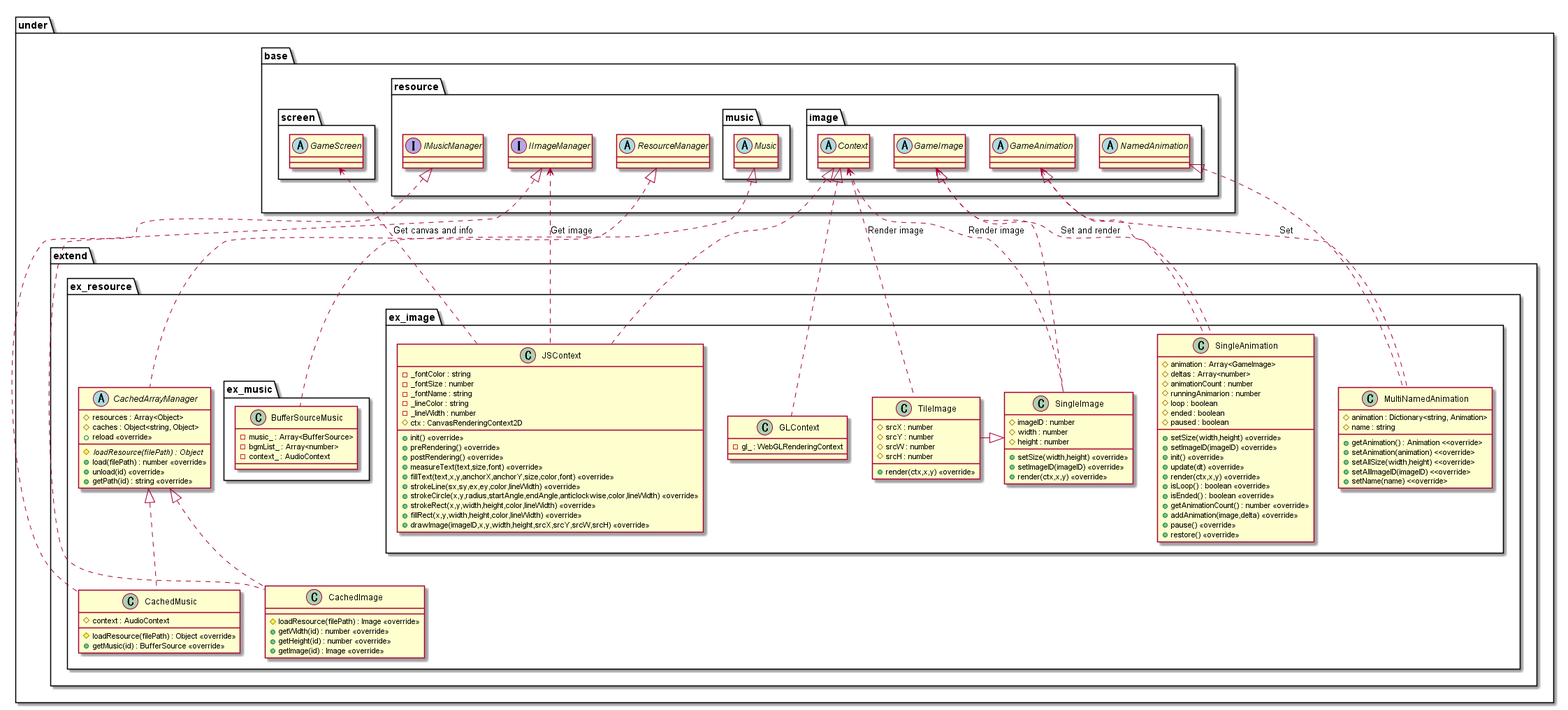
Above: out/uml/gamebase/ExtendResource/GameBaseExtendResource.png in Expine/Under (PlantUML), before the change. Source of this version:
```plantuml
@startuml GameBaseExtendResource

package under {
    package extend {
        package ex_resource {
            abstract CachedArrayManager {
                #resources : Array<Object>
                #caches : Object<string, Object>
                {abstract} #loadResource(filePath) : Object
                +load(filePath) : number <<override>>
                +unload(id) <<override>>
                +reload <<override>>
                +getPath(id) : string <<override>>
            }
            class CachedImage {
                #loadResource(filePath) : Image <<override>>
                +getWidth(id) : number <<override>>
                +getHeight(id) : number <<override>>
                +getImage(id) : Image <<override>>
            }
            class CachedMusic {
                #context : AudioContext
                #loadResource(filePath) : Object <<override>>
                +getMusic(id) : BufferSource <<override>>
            }
            package ex_music {
                class BufferSourceMusic {
                    -music_ : Array<BufferSource>
                    -bgmList_ : Array<number>
                    -context_ : AudioContext
                }
            }

            package ex_image {
                class JSContext {
                    -_fontColor : string
                    -_fontSize : number
                    -_fontName : string
                    -_lineColor : string
                    -_lineWidth : number
                    #ctx : CanvasRenderingContext2D
                    +init() <<override>>
                    +preRendering() <<override>>
                    +postRendering() <<override>>
                    +measureText(text,size,font) <<override>>
                    +fillText(text,x,y,anchorX,anchorY,size,color,font) <<override>>
                    +strokeLine(sx,sy,ex,ey,color,lineWidth) <<override>>
                    +strokeCircle(x,y,radius,startAngle,endAngle,anticlockwise,color,lineWidth) <<override>>
                    +strokeRect(x,y,width,height,color,lineWidth) <<override>>
                    +fillRect(x,y,width,height,color,lineWidth) <<override>>
                    +drawImage(imageID,x,y,width,height,srcX,srcY,srcW,srcH) <<override>>
                }
                class GLContext {
                    -gl_ : WebGLRenderingContext
                }
                class SingleImage {
                    #imageID : number
                    #width : number
                    #height : number
                    +setSize(width,height) <<override>>
                    +setImageID(imageID) <<override>>
                    +render(ctx,x,y) <<override>>
                }
                class TileImage {
                    #srcX : number
                    #srcY : number
                    #srcW : number
                    #srcH : number
                    +render(ctx,x,y) <<override>>
                }
                class SingleAnimation {
                    #animation : Array<GameImage>
                    #deltas : Array<number>
                    #animationCount : number
                    #runningAnimarion : number
                    #loop : boolean
                    #ended : boolean
                    #paused : boolean
                    +setSize(width,height) <<override>>
                    +setImageID(imageID) <<override>>
                    +init() <<override>>
                    +update(dt) <<override>>
                    +render(ctx,x,y) <<override>>
                    +isLoop() : boolean <<override>>
                    +isEnded() : boolean <<override>>
                    +getAnimationCount() : number <<override>>
                    +addAnimation(image,delta) <<override>>
                    +pause() <<override>>
                    +restore() <<override>>
                }
                class MultiNamedAnimation {
                    #animation : Dictionary<string, Animation>
                    #name : string
                    +getAnimation() : Animation <<override>
                    +setAnimation(animation) <<override>
                    +setAllSize(width,height) <<override>
                    +setAllImageID(imageID) <<override>
                    +setName(name) <<override>
                }
            }

        }
    }
}

package under {
    package base {
        package screen {
            abstract GameScreen
        }
        package resource {
            abstract ResourceManager
            interface IImageManager
            interface IMusicManager
            package music {
                abstract Music
            }
            package image {
                abstract Context
                abstract GameImage
                abstract GameAnimation
                abstract NamedAnimation
            }
        }
    }
}

GameScreen <.. JSContext : Get canvas and info
IImageManager <.. JSContext : Get image
Context <.. SingleImage : Render image
Context <.. TileImage : Render image
GameImage <.. SingleAnimation : Set and render
GameAnimation <.. MultiNamedAnimation : Set

Context <|.. JSContext
Context <|.. GLContext
Music <|.. BufferSourceMusic

ResourceManager <|.. CachedArrayManager
CachedArrayManager <|.. CachedImage
IImageManager <|.. CachedImage
CachedArrayManager <|.. CachedMusic
IMusicManager <|.. CachedMusic

GameImage <|.. SingleImage
SingleImage <|- TileImage
GameAnimation <|.. SingleAnimation
NamedAnimation <|.. MultiNamedAnimation

@enduml
```
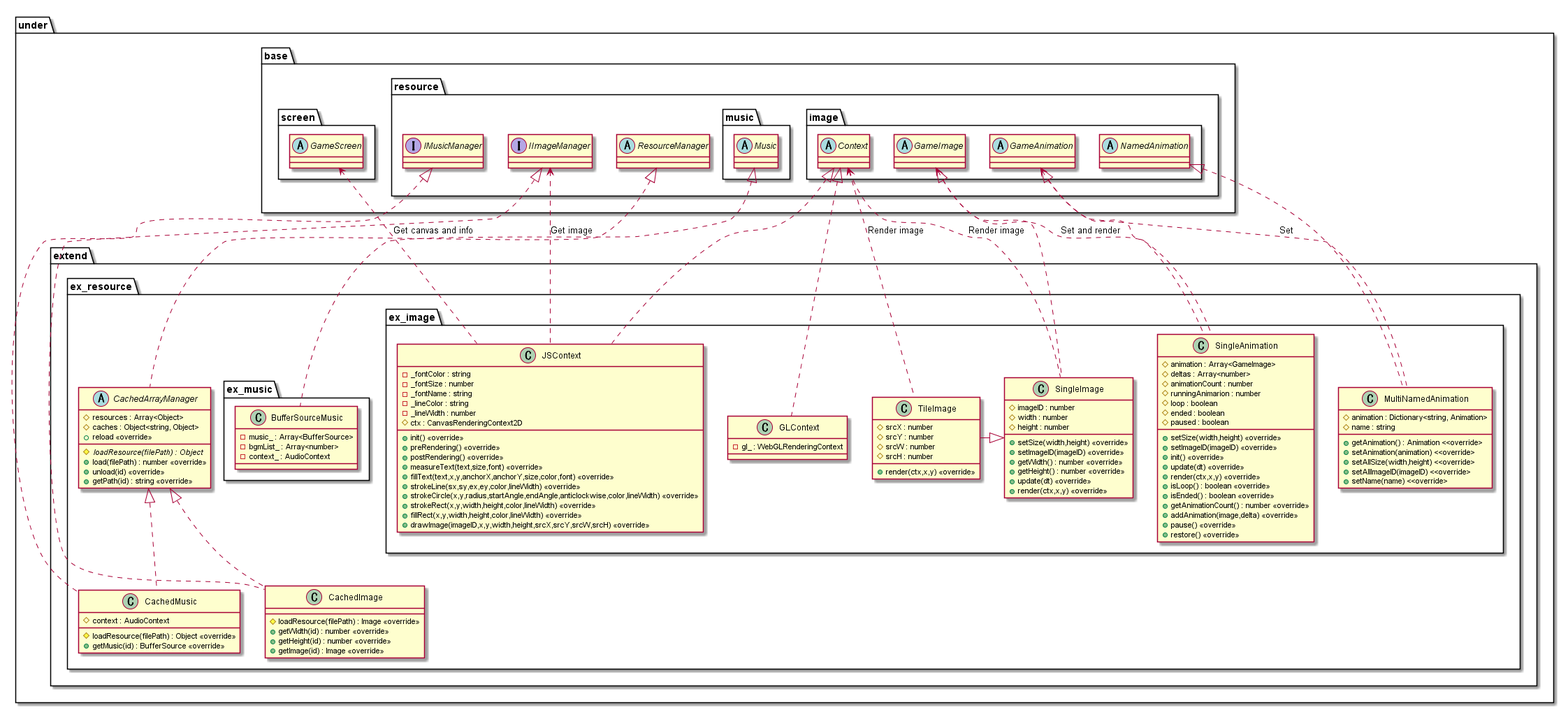
The same diagram one commit later.

The edit, as a diff of the source:
```diff
@@ -59,6 +59,9 @@
                     #height : number
                     +setSize(width,height) <<override>>
                     +setImageID(imageID) <<override>>
+                    +getWidth() : number <<override>>
+                    +getHeight() : number <<override>>
+                    +update(dt) <<override>>
                     +render(ctx,x,y) <<override>>
                 }
                 class TileImage {
```
